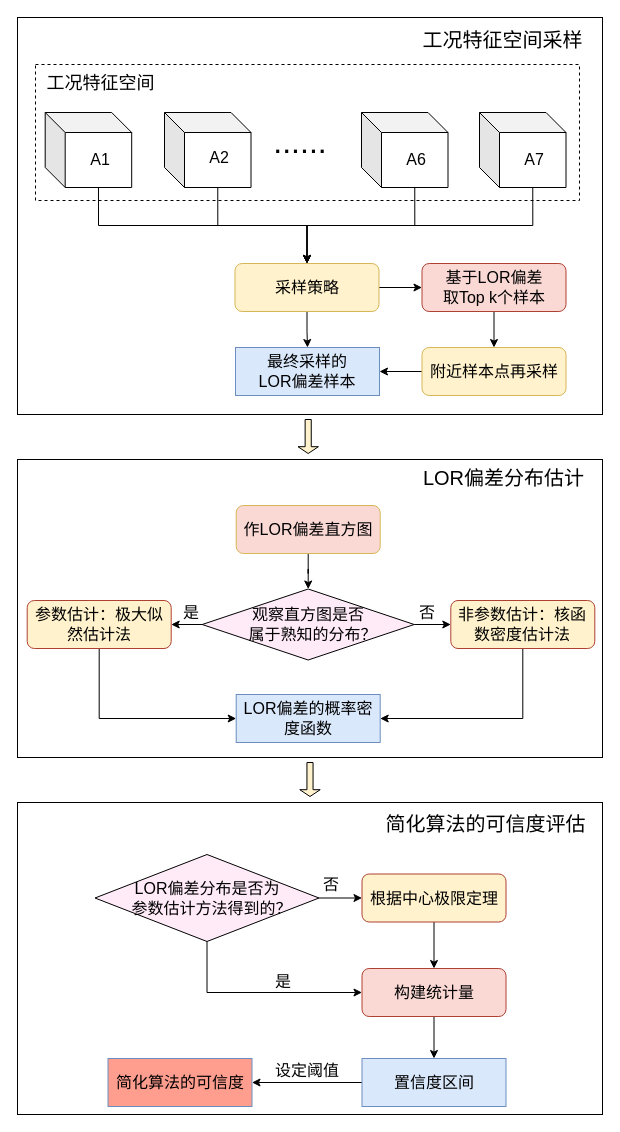
The draw.io diagram 未命名绘图.drawio in ZhangChaoZhong/draw, before the edit. Source tidied: cells renumbered, new cells numbered last; positions are measured from the earlier drawing's top-left corner, leaving out a move shared by most shapes. Both pictures are drawn from the tidied source at 100%, with x=0, y=0 at pixel (17, 17).
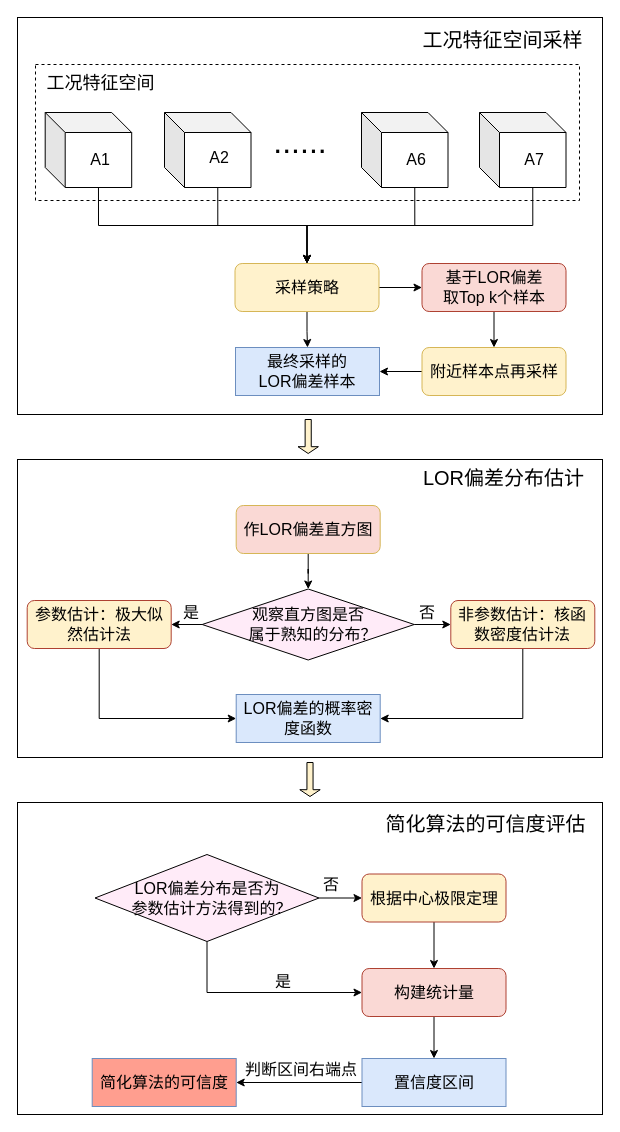
The same diagram, later.

Commit message:
更新未命名绘图.drawio

Change to the diagram source:
```diff
@@
-    <mxCell id="48" value="设定阈值" style="text;html=1;strokeColor=none;fillColor=none;align=center;verticalAlign=middle;whiteSpace=wrap;rounded=0;fontSize=16;" parent="1" vertex="1">
-      <mxGeometry x="245.5" y="1041" width="88" height="24" as="geometry" />
+    <mxCell id="48" value="判断区间右端点" style="text;html=1;strokeColor=none;fillColor=none;align=center;verticalAlign=middle;whiteSpace=wrap;rounded=0;fontSize=16;" parent="1" vertex="1">
+      <mxGeometry x="227" y="1041" width="114" height="21" as="geometry" />
     </mxCell>
@@
     <mxCell id="59" value="简化算法的可信度" style="rounded=0;whiteSpace=wrap;html=1;fontSize=16;fillColor=#FF9E8F;strokeColor=#6c8ebf;" parent="1" vertex="1">
-      <mxGeometry x="90.5" y="1041" width="144" height="48" as="geometry" />
+      <mxGeometry x="74.7" y="1041" width="144" height="48" as="geometry" />
     </mxCell>
```
